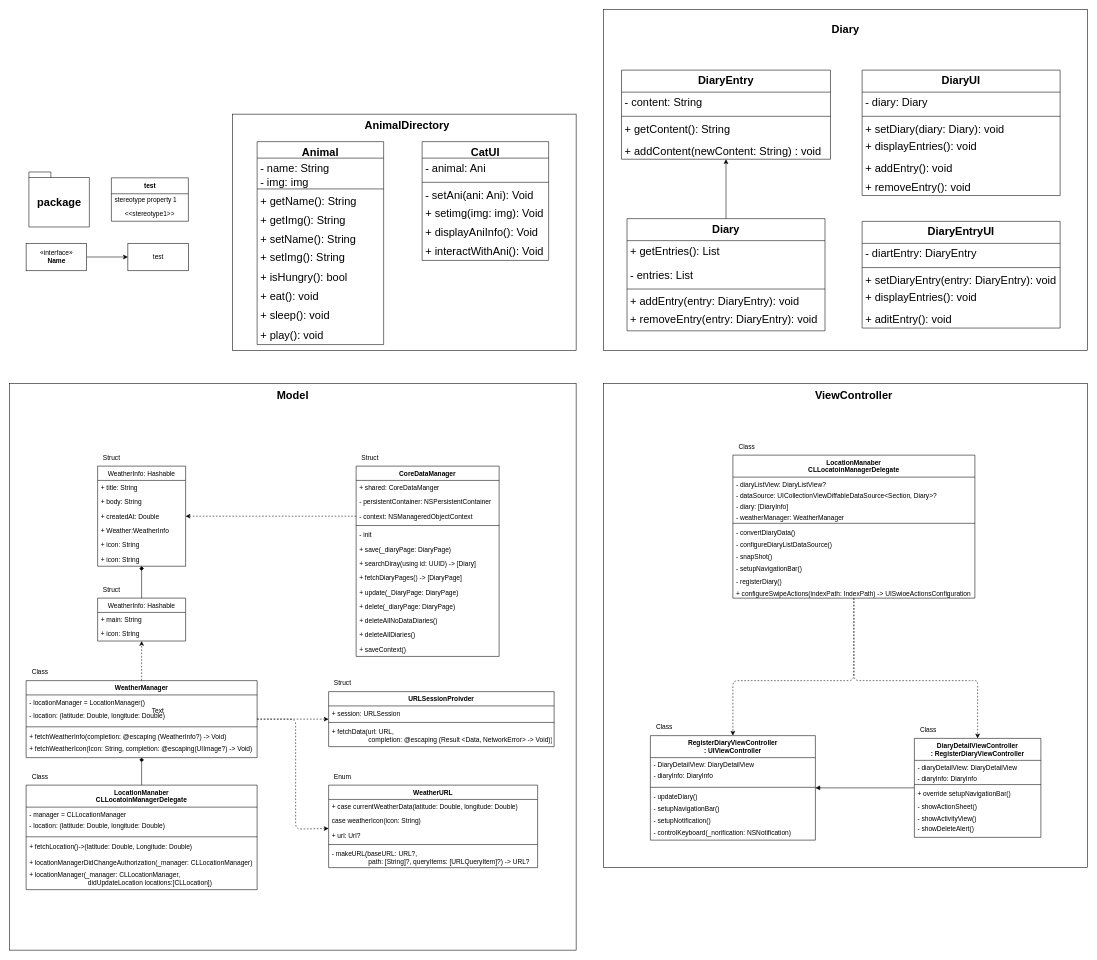
Before: class.drawio in LiberationNacho/Project-pop, a draw.io diagram. Source tidied: cells renumbered, new cells numbered last; positions are measured from the earlier drawing's top-left corner, leaving out a move shared by most shapes. Both pictures are drawn from the tidied source at 55%, with x=0, y=0 at pixel (9, 9).
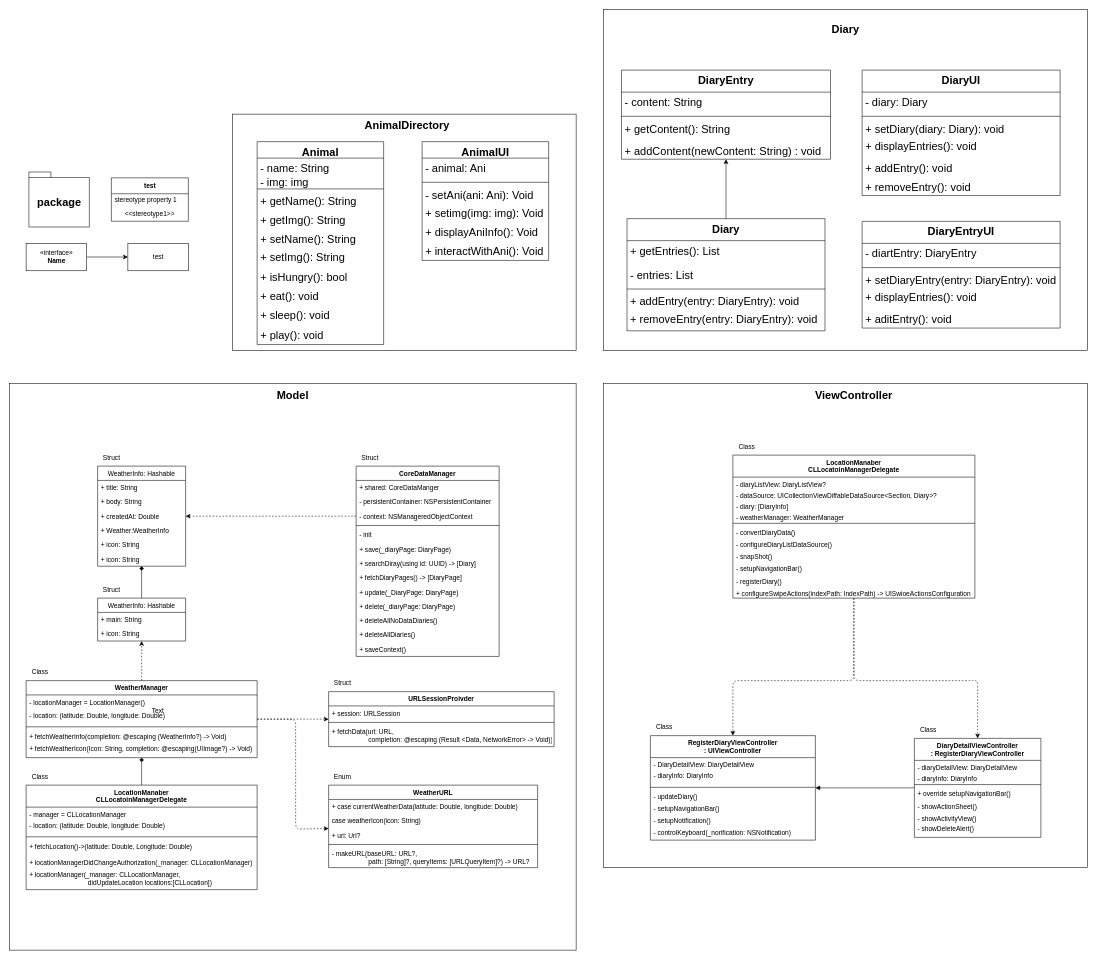
The same diagram, later.

Commit message:
클래스다이어그램 CatUI -> AnimalUI

Change to the diagram source:
```diff
@@
-    <mxCell id="139" value="CatUI" style="swimlane;fontStyle=1;align=center;verticalAlign=top;horizontal=1;startSize=30;fontSize=20;" parent="1" vertex="1">
+    <mxCell id="139" value="AnimalUI" style="swimlane;fontStyle=1;align=center;verticalAlign=top;horizontal=1;startSize=30;fontSize=20;" parent="1" vertex="1">
       <mxGeometry x="750" y="240" width="230" height="216" as="geometry" />
     </mxCell>
```
